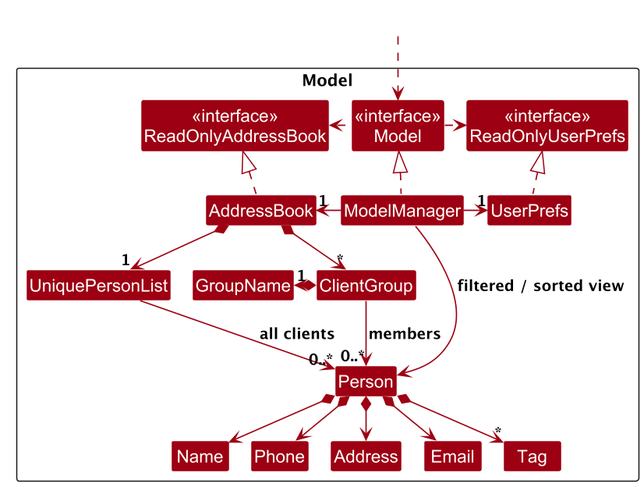
This is docs/images/ModelClassDiagram.png from AY2627S1-CS2103T-W09-1/tp, a PlantUML export, as it was before one commit.
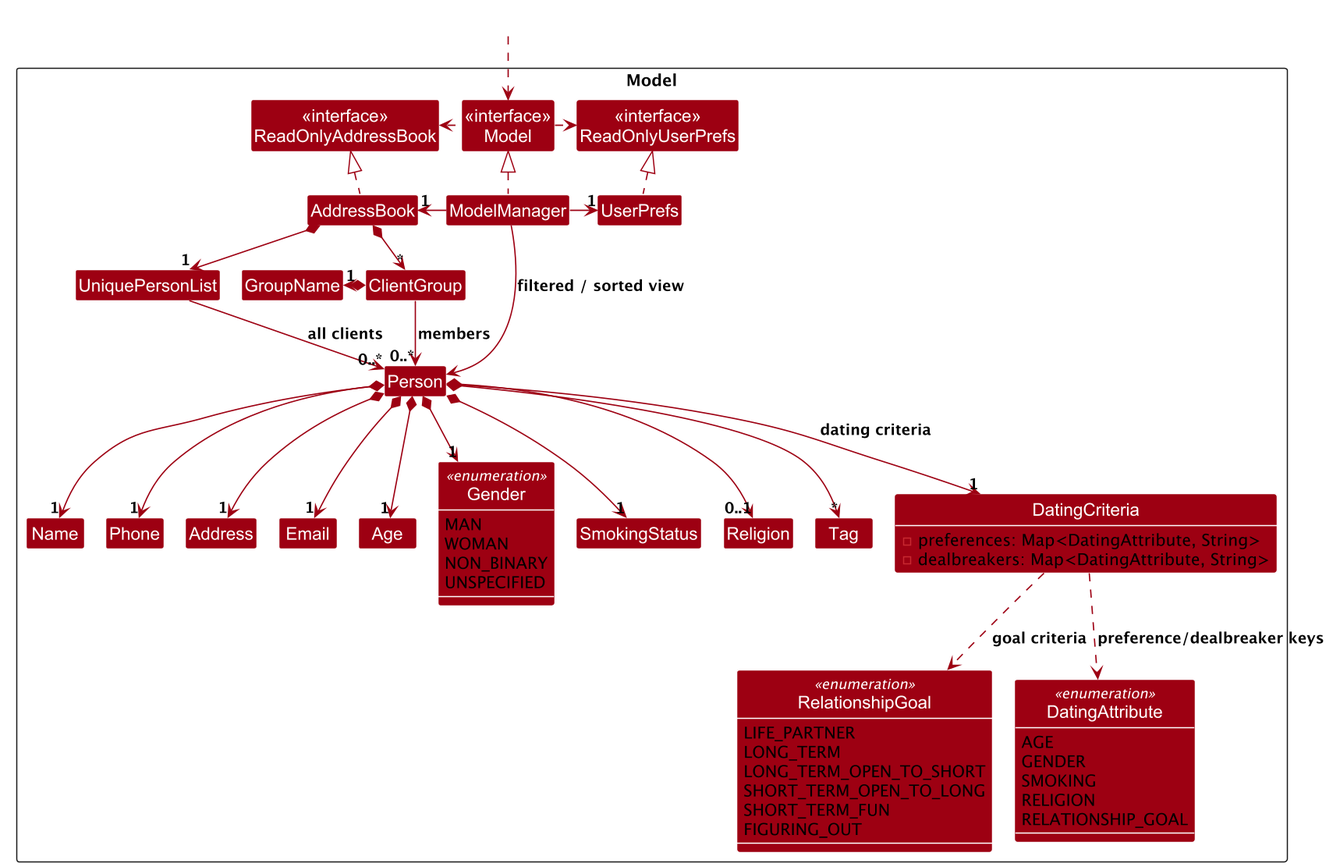
After the change.

Commit message:
Update model diagram for relationship goals

Re-render ModelClassDiagram.png from the updated source, which links
RelationshipGoal to DatingCriteria instead of Person (#132).

The edit, as a diff of the source:
```diff
@@ -1,4 +1,5 @@
 @startuml
+!pragma layout smetana
 !pragma layout smetana
 !include style.puml
 skinparam arrowThickness 1.1
@@ -22,9 +23,37 @@
 Class Email
 Class Name
 Class Phone
+Class Age
+Enum Gender <<enumeration>> {
+    MAN
+    WOMAN
+    NON_BINARY
+    UNSPECIFIED
+}
+Class SmokingStatus
+Class Religion
+Enum RelationshipGoal <<enumeration>> {
+    LIFE_PARTNER
+    LONG_TERM
+    LONG_TERM_OPEN_TO_SHORT
+    SHORT_TERM_OPEN_TO_LONG
+    SHORT_TERM_FUN
+    FIGURING_OUT
+}
 Class Tag
 Class ClientGroup
 Class GroupName
+Class DatingCriteria {
+    -preferences: Map<DatingAttribute, String>
+    -dealbreakers: Map<DatingAttribute, String>
+}
+Enum DatingAttribute <<enumeration>> {
+    AGE
+    GENDER
+    SMOKING
+    RELIGION
+    RELATIONSHIP_GOAL
+}
 
 }
 
@@ -45,11 +74,23 @@
 ClientGroup *-left-> "1" GroupName
 ClientGroup --> "0..*" Person : members
 UniquePersonList --> "0..*" Person : all clients
-Person *--> Name
-Person *--> Phone
-Person *--> Email
-Person *--> Address
+Person *--> "1" Name
+Person *--> "1" Phone
+Person *--> "1" Email
+Person *--> "1" Address
+Person *--> "1" Age
+Person *--> "1" SmokingStatus
+Person *--> "0..1" Religion
+Person *--> "1" Gender
 Person *--> "*" Tag
+Person *--> "1" DatingCriteria : dating criteria
+DatingCriteria ..> DatingAttribute : preference/dealbreaker keys
+DatingCriteria ..> RelationshipGoal : goal criteria
+
+show DatingCriteria fields
+show DatingAttribute members
+show Gender members
+show RelationshipGoal members
 
 Name -[hidden]right-> Phone
 Phone -[hidden]right-> Address
```
